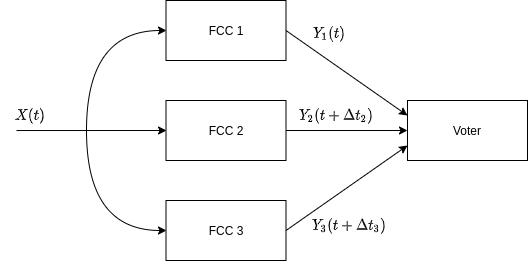
The draw.io diagram docs/latex/img/3_4_1_sincronizacion_2.png in Federiconunezfrau/FCC-project-LARoptero, before a commit. Source tidied: cells renumbered, new cells last; positions are measured from the earlier drawing's top-left corner, leaving out a move shared by most shapes.
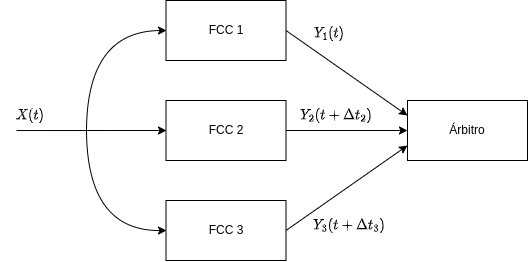
The same diagram one commit later.

Diff of the diagram source:
```diff
@@ -20,7 +20,7 @@
     <mxCell id="7" value="FCC 3" style="rounded=0;whiteSpace=wrap;html=1;" parent="1" vertex="1">
       <mxGeometry x="165.5" y="200" width="120" height="60" as="geometry" />
     </mxCell>
-    <mxCell id="8" value="Voter" style="rounded=0;whiteSpace=wrap;html=1;" parent="1" vertex="1">
+    <mxCell id="8" value="Árbitro" style="rounded=0;whiteSpace=wrap;html=1;" parent="1" vertex="1">
       <mxGeometry x="407" y="100" width="120" height="60" as="geometry" />
     </mxCell>
     <mxCell id="9" value="$$Y_1(t)$$" style="text;html=1;strokeColor=none;fillColor=none;align=center;verticalAlign=middle;whiteSpace=wrap;rounded=0;" parent="1" vertex="1">
```
